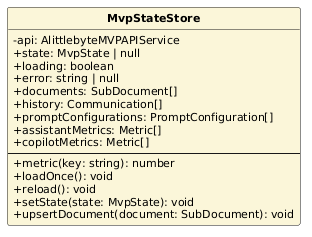
Above: PB/Specifica Tecnica/ImmaginiSpecificaTecnica/ClassiSingoleFrontend/MvpStateStore.png in aLittleByte-19/Documentazione (PlantUML), before the change.
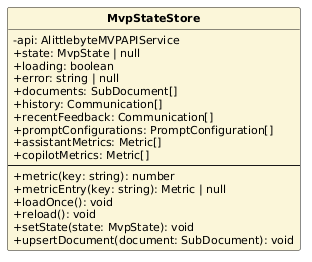
Later version of the same file.

The edit, as a diff of the source:
```diff
@@ -12,11 +12,13 @@
   +error: string | null
   +documents: SubDocument[]
   +history: Communication[]
+  +recentFeedback: Communication[]
   +promptConfigurations: PromptConfiguration[]
   +assistantMetrics: Metric[]
   +copilotMetrics: Metric[]
   --
   +metric(key: string): number
+  +metricEntry(key: string): Metric | null
   +loadOnce(): void
   +reload(): void
   +setState(state: MvpState): void
```
